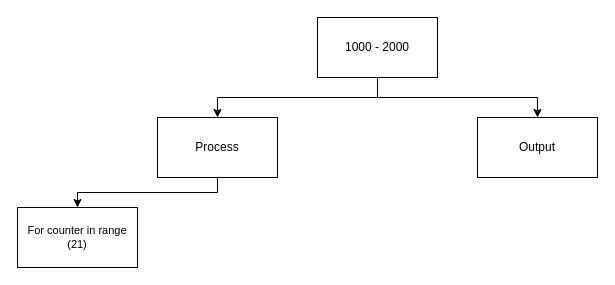
Before: .top-down_design.drawio in Miguel-Santacruz/ICS3U-Unit4-07-Python, a draw.io diagram. Source tidied: cells renumbered, new cells numbered last; positions are measured from the earlier drawing's top-left corner, leaving out a move shared by most shapes. Both pictures are drawn from the tidied source at 100%, with x=0, y=0 at pixel (17, 17).
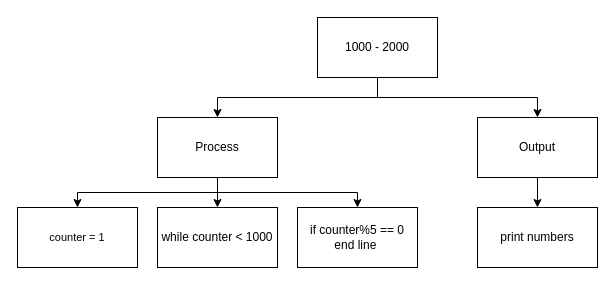
The same diagram, later.

Commit message:
top_down design

The edit, as a diff of the source:
```diff
@@
 <mxGraphModel>
   <root>
     <mxCell id="0" />
     <mxCell id="1" parent="0" />
     <mxCell id="2" style="edgeStyle=orthogonalEdgeStyle;html=1;exitX=0.5;exitY=1;exitDx=0;exitDy=0;entryX=0.5;entryY=0;entryDx=0;entryDy=0;rounded=0;" parent="1" edge="1" source="4" target="7">
       <mxGeometry relative="1" as="geometry" />
     </mxCell>
     <mxCell id="3" style="edgeStyle=orthogonalEdgeStyle;shape=connector;rounded=0;html=1;exitX=0.5;exitY=1;exitDx=0;exitDy=0;entryX=0.5;entryY=0;entryDx=0;entryDy=0;labelBackgroundColor=default;fontFamily=Helvetica;fontSize=11;fontColor=default;endArrow=classic;strokeColor=default;" parent="1" edge="1" source="4" target="6">
       <mxGeometry relative="1" as="geometry" />
     </mxCell>
     <mxCell id="4" value="1000 - 2000" style="rounded=0;whiteSpace=wrap;html=1;" parent="1" vertex="1">
       <mxGeometry x="300" width="120" height="60" as="geometry" />
     </mxCell>
     <mxCell id="5" style="edgeStyle=orthogonalEdgeStyle;shape=connector;rounded=0;html=1;exitX=0.5;exitY=1;exitDx=0;exitDy=0;entryX=0.5;entryY=0;entryDx=0;entryDy=0;labelBackgroundColor=default;fontFamily=Helvetica;fontSize=11;fontColor=default;endArrow=classic;strokeColor=default;" parent="1" edge="1" source="6" target="8">
       <mxGeometry relative="1" as="geometry" />
     </mxCell>
+    <mxCell id="9" style="edgeStyle=none;html=1;exitX=0.5;exitY=1;exitDx=0;exitDy=0;entryX=0.5;entryY=0;entryDx=0;entryDy=0;" parent="1" edge="1" source="6" target="12">
+      <mxGeometry relative="1" as="geometry" />
+    </mxCell>
+    <mxCell id="10" style="edgeStyle=orthogonalEdgeStyle;html=1;exitX=0.5;exitY=1;exitDx=0;exitDy=0;entryX=0.5;entryY=0;entryDx=0;entryDy=0;rounded=0;" parent="1" edge="1" source="6" target="13">
+      <mxGeometry relative="1" as="geometry" />
+    </mxCell>
     <mxCell id="6" value="Process" style="rounded=0;whiteSpace=wrap;html=1;" parent="1" vertex="1">
       <mxGeometry x="140" y="100" width="120" height="60" as="geometry" />
     </mxCell>
+    <mxCell id="11" style="edgeStyle=orthogonalEdgeStyle;shape=connector;rounded=0;html=1;exitX=0.5;exitY=1;exitDx=0;exitDy=0;entryX=0.5;entryY=0;entryDx=0;entryDy=0;labelBackgroundColor=default;fontFamily=Helvetica;fontSize=11;fontColor=default;endArrow=classic;strokeColor=default;" parent="1" edge="1" source="7" target="14">
+      <mxGeometry relative="1" as="geometry" />
+    </mxCell>
     <mxCell id="7" value="Output" style="rounded=0;whiteSpace=wrap;html=1;" parent="1" vertex="1">
       <mxGeometry x="460" y="100" width="120" height="60" as="geometry" />
     </mxCell>
-    <mxCell id="8" value="For counter in range (21)" style="rounded=0;whiteSpace=wrap;html=1;fontFamily=Helvetica;fontSize=11;fontColor=default;" parent="1" vertex="1">
+    <mxCell id="8" value="counter = 1" style="rounded=0;whiteSpace=wrap;html=1;fontFamily=Helvetica;fontSize=11;fontColor=default;" parent="1" vertex="1">
       <mxGeometry y="190" width="120" height="60" as="geometry" />
     </mxCell>
+    <mxCell id="12" value="while counter &amp;lt; 1000" style="rounded=0;whiteSpace=wrap;html=1;" parent="1" vertex="1">
+      <mxGeometry x="140" y="190" width="120" height="60" as="geometry" />
+    </mxCell>
+    <mxCell id="13" value="if counter%5 == 0&lt;br&gt;end line&amp;nbsp;" style="rounded=0;whiteSpace=wrap;html=1;" parent="1" vertex="1">
+      <mxGeometry x="280" y="190" width="120" height="60" as="geometry" />
+    </mxCell>
+    <mxCell id="14" value="print numbers" style="rounded=0;whiteSpace=wrap;html=1;" parent="1" vertex="1">
+      <mxGeometry x="460" y="190" width="120" height="60" as="geometry" />
+    </mxCell>
   </root>
 </mxGraphModel>
```
